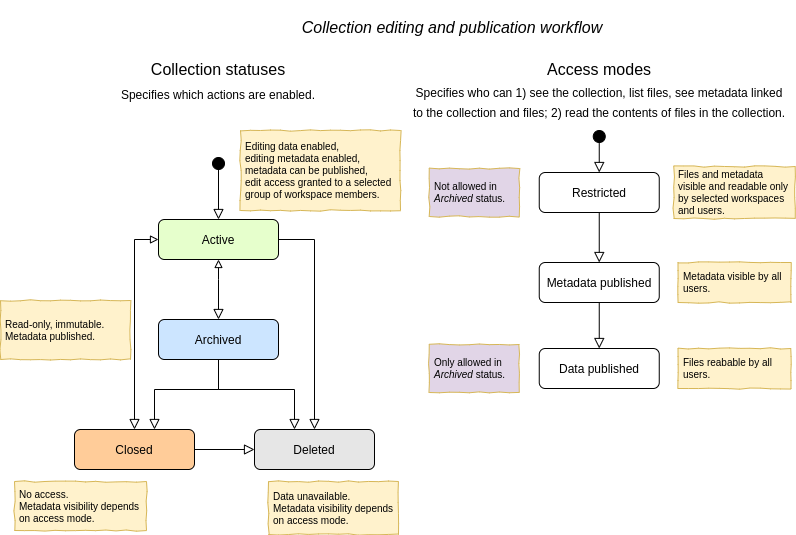
Above: docs/images/diagrams/Dataset workflow and visibility modes.png in fairspace/fairspace-docs (draw.io), before the change. Source tidied: cells renumbered, new cells last; positions are measured from the earlier drawing's top-left corner, leaving out a move shared by most shapes.
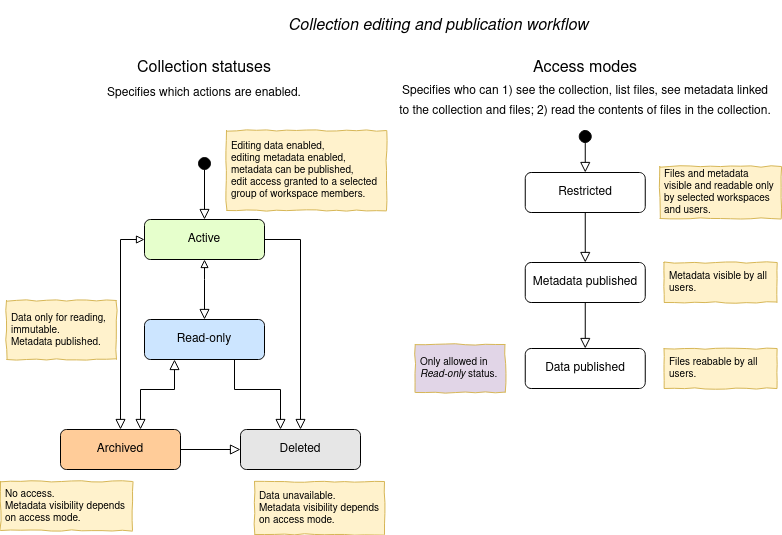
The same diagram one commit later.

Commit message:
Update from the documentation branch of fairspace/workspace.

Change to the diagram source:
```diff
@@ -1,132 +1,129 @@
 <mxGraphModel>
   <root>
-    <mxCell id="0" />
-    <mxCell id="1" parent="0" />
-    <mxCell id="2" style="rounded=0;html=1;jettySize=auto;fontSize=11;endArrow=block;endFill=0;endSize=8;strokeWidth=1;shadow=0;labelBackgroundColor=none;edgeStyle=orthogonalEdgeStyle;startArrow=block;startFill=0;" parent="1" edge="1" source="3" target="8">
-      <mxGeometry relative="1" as="geometry">
-        <Array as="points">
-          <mxPoint x="134" y="229" />
-        </Array>
-      </mxGeometry>
-    </mxCell>
+    <mxCell id="33" />
+    <mxCell id="34" parent="33" />
+    <mxCell id="4" style="rounded=0;html=1;jettySize=auto;fontSize=11;endArrow=block;endFill=0;endSize=8;strokeWidth=1;shadow=0;labelBackgroundColor=none;edgeStyle=orthogonalEdgeStyle;startArrow=block;startFill=0;" parent="34" edge="1" source="3" target="5">
+      <mxGeometry relative="1" as="geometry">
+        <Array as="points">
+          <mxPoint x="134" y="229" />
+        </Array>
+      </mxGeometry>
+    </mxCell>
-    <mxCell id="3" value="Active" style="rounded=1;whiteSpace=wrap;html=1;fontSize=12;glass=0;strokeWidth=1;shadow=0;fillColor=#E6FFCC;" parent="1" vertex="1">
+    <mxCell id="3" value="Active" style="rounded=1;whiteSpace=wrap;html=1;fontSize=12;glass=0;strokeWidth=1;shadow=0;fillColor=#E6FFCC;" parent="34" vertex="1">
       <mxGeometry x="158" y="209" width="120" height="40" as="geometry" />
     </mxCell>
-    <mxCell id="4" style="edgeStyle=orthogonalEdgeStyle;rounded=0;html=1;jettySize=auto;fontSize=11;endArrow=block;endFill=0;endSize=8;strokeWidth=1;shadow=0;labelBackgroundColor=none;startArrow=block;startFill=0;" parent="1" edge="1" source="3" target="5">
-      <mxGeometry x="-0.4" y="-45" relative="1" as="geometry">
-        <Array as="points">
-          <mxPoint x="218" y="269" />
-          <mxPoint x="218" y="269" />
-        </Array>
-        <mxPoint x="20" y="-85" as="offset" />
-      </mxGeometry>
-    </mxCell>
+    <mxCell id="35" style="edgeStyle=orthogonalEdgeStyle;rounded=0;html=1;jettySize=auto;fontSize=11;endArrow=block;endFill=0;endSize=8;strokeWidth=1;shadow=0;labelBackgroundColor=none;startArrow=block;startFill=0;" parent="34" edge="1" source="3" target="36">
+      <mxGeometry x="-0.4" y="-45" relative="1" as="geometry">
+        <Array as="points">
+          <mxPoint x="218" y="269" />
+          <mxPoint x="218" y="269" />
+        </Array>
+        <mxPoint x="20" y="-85" as="offset" />
+      </mxGeometry>
+    </mxCell>
+    <mxCell id="36" value="Read-only" style="rounded=1;whiteSpace=wrap;html=1;fontSize=12;glass=0;strokeWidth=1;shadow=0;fillColor=#CCE5FF;" parent="34" vertex="1">
+      <mxGeometry x="158" y="309" width="120" height="40" as="geometry" />
+    </mxCell>
+    <mxCell id="7" style="rounded=0;html=1;jettySize=auto;fontSize=11;endArrow=block;endFill=0;endSize=8;strokeWidth=1;shadow=0;labelBackgroundColor=none;edgeStyle=orthogonalEdgeStyle;" parent="34" edge="1" source="5" target="9">
+      <mxGeometry x="0.33" y="20" relative="1" as="geometry">
+        <Array as="points">
+          <mxPoint x="264" y="439" />
+          <mxPoint x="264" y="439" />
+        </Array>
+      </mxGeometry>
+    </mxCell>
+    <mxCell id="37" style="edgeStyle=orthogonalEdgeStyle;rounded=0;html=1;jettySize=auto;fontSize=11;endArrow=block;endFill=0;endSize=8;strokeWidth=1;shadow=0;labelBackgroundColor=none;exitX=0.75;exitY=1;exitDx=0;exitDy=0;" parent="34" edge="1" source="36" target="9">
+      <mxGeometry x="0.3" y="50" relative="1" as="geometry">
+        <Array as="points">
+          <mxPoint x="248" y="379" />
+          <mxPoint x="294" y="379" />
+        </Array>
+      </mxGeometry>
+    </mxCell>
-    <mxCell id="5" value="Archived" style="rounded=1;whiteSpace=wrap;html=1;fontSize=12;glass=0;strokeWidth=1;shadow=0;fillColor=#CCE5FF;" parent="1" vertex="1">
-      <mxGeometry x="158" y="309" width="120" height="40" as="geometry" />
+    <mxCell id="5" value="Archived" style="rounded=1;whiteSpace=wrap;html=1;fontSize=12;glass=0;strokeWidth=1;shadow=0;fillColor=#FFCC99;" parent="34" vertex="1">
+      <mxGeometry x="74" y="419" width="120" height="40" as="geometry" />
     </mxCell>
-    <mxCell id="6" style="rounded=0;html=1;jettySize=auto;fontSize=11;endArrow=block;endFill=0;endSize=8;strokeWidth=1;shadow=0;labelBackgroundColor=none;edgeStyle=orthogonalEdgeStyle;" parent="1" edge="1" source="8" target="9">
-      <mxGeometry x="0.33" y="20" relative="1" as="geometry">
-        <Array as="points">
-          <mxPoint x="264" y="439" />
-          <mxPoint x="264" y="439" />
-        </Array>
-      </mxGeometry>
-    </mxCell>
-    <mxCell id="7" style="edgeStyle=orthogonalEdgeStyle;rounded=0;html=1;jettySize=auto;fontSize=11;endArrow=block;endFill=0;endSize=8;strokeWidth=1;shadow=0;labelBackgroundColor=none;" parent="1" edge="1" source="5" target="9">
-      <mxGeometry x="0.3" y="50" relative="1" as="geometry">
-        <Array as="points">
-          <mxPoint x="218" y="379" />
-          <mxPoint x="294" y="379" />
-        </Array>
-      </mxGeometry>
-    </mxCell>
-    <mxCell id="8" value="Closed" style="rounded=1;whiteSpace=wrap;html=1;fontSize=12;glass=0;strokeWidth=1;shadow=0;fillColor=#FFCC99;" parent="1" vertex="1">
-      <mxGeometry x="74" y="419" width="120" height="40" as="geometry" />
-    </mxCell>
-    <mxCell id="9" value="Deleted" style="rounded=1;whiteSpace=wrap;html=1;fontSize=12;glass=0;strokeWidth=1;shadow=0;fillColor=#E6E6E6;" parent="1" vertex="1">
+    <mxCell id="9" value="Deleted" style="rounded=1;whiteSpace=wrap;html=1;fontSize=12;glass=0;strokeWidth=1;shadow=0;fillColor=#E6E6E6;" parent="34" vertex="1">
       <mxGeometry x="254" y="419" width="120" height="40" as="geometry" />
     </mxCell>
-    <mxCell id="10" style="edgeStyle=orthogonalEdgeStyle;rounded=0;html=1;jettySize=auto;fontSize=11;endArrow=block;endFill=0;endSize=8;strokeWidth=1;shadow=0;labelBackgroundColor=none;" parent="1" edge="1" source="3" target="9">
+    <mxCell id="10" style="edgeStyle=orthogonalEdgeStyle;rounded=0;html=1;jettySize=auto;fontSize=11;endArrow=block;endFill=0;endSize=8;strokeWidth=1;shadow=0;labelBackgroundColor=none;" parent="34" edge="1" source="3" target="9">
       <mxGeometry x="0.29" y="30" relative="1" as="geometry">
         <Array as="points">
           <mxPoint x="314" y="229" />
         </Array>
       </mxGeometry>
     </mxCell>
-    <mxCell id="11" style="rounded=0;html=1;jettySize=auto;fontSize=11;endArrow=block;endFill=0;endSize=8;strokeWidth=1;shadow=0;labelBackgroundColor=none;edgeStyle=orthogonalEdgeStyle;" parent="1" edge="1" source="5" target="8">
-      <mxGeometry relative="1" as="geometry">
-        <Array as="points">
-          <mxPoint x="218" y="379" />
-          <mxPoint x="154" y="379" />
-        </Array>
-      </mxGeometry>
-    </mxCell>
-    <mxCell id="12" style="ellipse;whiteSpace=wrap;html=1;fillColor=#000000;" parent="1" vertex="1">
-      <mxGeometry x="212" y="147" width="12" height="12" as="geometry" />
-    </mxCell>
-    <mxCell id="13" style="rounded=0;html=1;jettySize=auto;fontSize=11;endArrow=block;endFill=0;endSize=8;strokeWidth=1;shadow=0;labelBackgroundColor=none;edgeStyle=orthogonalEdgeStyle;" parent="1" edge="1" source="12" target="3">
-      <mxGeometry relative="1" as="geometry" />
-    </mxCell>
+    <mxCell id="38" style="rounded=0;html=1;jettySize=auto;fontSize=11;endArrow=block;endFill=0;endSize=8;strokeWidth=1;shadow=0;labelBackgroundColor=none;edgeStyle=orthogonalEdgeStyle;exitX=0.25;exitY=1;exitDx=0;exitDy=0;startArrow=block;startFill=0;startSize=8;" parent="34" edge="1" source="36" target="5">
+      <mxGeometry relative="1" as="geometry">
+        <Array as="points">
+          <mxPoint x="188" y="379" />
+          <mxPoint x="154" y="379" />
+        </Array>
+      </mxGeometry>
+    </mxCell>
+    <mxCell id="39" style="ellipse;whiteSpace=wrap;html=1;fillColor=#000000;" parent="34" vertex="1">
+      <mxGeometry x="212" y="147" width="12" height="12" as="geometry" />
+    </mxCell>
+    <mxCell id="40" style="rounded=0;html=1;jettySize=auto;fontSize=11;endArrow=block;endFill=0;endSize=8;strokeWidth=1;shadow=0;labelBackgroundColor=none;edgeStyle=orthogonalEdgeStyle;" parent="34" edge="1" source="39" target="3">
+      <mxGeometry relative="1" as="geometry" />
+    </mxCell>
-    <mxCell id="14" value="Editing data enabled,&lt;br style=&quot;font-size: 10px&quot;&gt;editing metadata enabled,&lt;br&gt;metadata can be published,&lt;br style=&quot;font-size: 10px&quot;&gt;edit access granted to a selected group of workspace members." style="text;html=1;strokeColor=#d6b656;fillColor=#fff2cc;align=left;verticalAlign=middle;whiteSpace=wrap;rounded=0;shadow=0;glass=0;comic=1;perimeterSpacing=0;spacing=5;fontSize=10;" parent="1" vertex="1">
+    <mxCell id="14" value="Editing data enabled,&lt;br style=&quot;font-size: 10px&quot;&gt;editing metadata enabled,&lt;br&gt;metadata can be published,&lt;br style=&quot;font-size: 10px&quot;&gt;edit access granted to a selected group of workspace members." style="text;html=1;strokeColor=#d6b656;fillColor=#fff2cc;align=left;verticalAlign=middle;whiteSpace=wrap;rounded=0;shadow=0;glass=0;comic=1;perimeterSpacing=0;spacing=5;fontSize=10;" parent="34" vertex="1">
       <mxGeometry x="240" y="120" width="160" height="80" as="geometry" />
     </mxCell>
-    <mxCell id="15" value="Read-only, immutable. Metadata published." style="text;html=1;strokeColor=#d6b656;fillColor=#fff2cc;align=left;verticalAlign=middle;whiteSpace=wrap;rounded=0;shadow=0;glass=0;comic=1;perimeterSpacing=0;spacing=5;fontSize=10;" parent="1" vertex="1">
-      <mxGeometry y="290" width="130" height="59" as="geometry" />
-    </mxCell>
+    <mxCell id="41" value="Data only for reading, immutable. &lt;br&gt;Metadata published." style="text;html=1;strokeColor=#d6b656;fillColor=#fff2cc;align=left;verticalAlign=middle;whiteSpace=wrap;rounded=0;shadow=0;glass=0;comic=1;perimeterSpacing=0;spacing=5;fontSize=10;" parent="34" vertex="1">
+      <mxGeometry x="20" y="290" width="110" height="59" as="geometry" />
+    </mxCell>
-    <mxCell id="16" value="No access.&lt;br&gt;Metadata visibility depends on access mode." style="text;html=1;strokeColor=#d6b656;fillColor=#fff2cc;align=left;verticalAlign=middle;whiteSpace=wrap;rounded=0;shadow=0;glass=0;comic=1;perimeterSpacing=0;spacing=5;fontSize=10;" parent="1" vertex="1">
+    <mxCell id="16" value="No access.&lt;br&gt;Metadata visibility depends on access mode." style="text;html=1;strokeColor=#d6b656;fillColor=#fff2cc;align=left;verticalAlign=middle;whiteSpace=wrap;rounded=0;shadow=0;glass=0;comic=1;perimeterSpacing=0;spacing=5;fontSize=10;" parent="34" vertex="1">
       <mxGeometry x="14" y="471" width="132" height="49" as="geometry" />
     </mxCell>
-    <mxCell id="17" value="Data unavailable.&lt;br&gt;Metadata visibility depends on access mode." style="text;html=1;strokeColor=#d6b656;fillColor=#fff2cc;align=left;verticalAlign=middle;whiteSpace=wrap;rounded=0;shadow=0;glass=0;comic=1;perimeterSpacing=0;spacing=5;fontSize=10;" parent="1" vertex="1">
+    <mxCell id="17" value="Data unavailable.&lt;br&gt;Metadata visibility depends on access mode." style="text;html=1;strokeColor=#d6b656;fillColor=#fff2cc;align=left;verticalAlign=middle;whiteSpace=wrap;rounded=0;shadow=0;glass=0;comic=1;perimeterSpacing=0;spacing=5;fontSize=10;" parent="34" vertex="1">
       <mxGeometry x="268" y="471" width="130" height="53" as="geometry" />
     </mxCell>
-    <mxCell id="18" value="&lt;h1&gt;&lt;span style=&quot;font-weight: normal&quot;&gt;&lt;font&gt;&lt;span style=&quot;font-size: 16px&quot;&gt;Collection statuses&lt;/span&gt;&lt;br&gt;&lt;font style=&quot;font-size: 12px&quot;&gt;Specifies which actions are enabled.&lt;/font&gt;&lt;/font&gt;&lt;/span&gt;&lt;/h1&gt;" style="text;html=1;strokeColor=none;fillColor=none;align=center;verticalAlign=middle;whiteSpace=wrap;rounded=0;shadow=0;glass=0;comic=1;fontSize=10;" parent="1" vertex="1">
+    <mxCell id="18" value="&lt;h1&gt;&lt;span style=&quot;font-weight: normal&quot;&gt;&lt;font&gt;&lt;span style=&quot;font-size: 16px&quot;&gt;Collection statuses&lt;/span&gt;&lt;br&gt;&lt;font style=&quot;font-size: 12px&quot;&gt;Specifies which actions are enabled.&lt;/font&gt;&lt;/font&gt;&lt;/span&gt;&lt;/h1&gt;" style="text;html=1;strokeColor=none;fillColor=none;align=center;verticalAlign=middle;whiteSpace=wrap;rounded=0;shadow=0;glass=0;comic=1;fontSize=10;" parent="34" vertex="1">
       <mxGeometry x="56" y="54" width="324" height="30" as="geometry" />
     </mxCell>
-    <mxCell id="19" value="Restricted" style="rounded=1;whiteSpace=wrap;html=1;fontSize=12;glass=0;strokeWidth=1;shadow=0;" parent="1" vertex="1">
+    <mxCell id="19" value="Restricted" style="rounded=1;whiteSpace=wrap;html=1;fontSize=12;glass=0;strokeWidth=1;shadow=0;" parent="34" vertex="1">
       <mxGeometry x="538.8" y="162" width="120" height="40" as="geometry" />
     </mxCell>
-    <mxCell id="20" value="Metadata published" style="rounded=1;whiteSpace=wrap;html=1;fontSize=12;glass=0;strokeWidth=1;shadow=0;comic=0;perimeterSpacing=0;" parent="1" vertex="1">
+    <mxCell id="20" value="Metadata published" style="rounded=1;whiteSpace=wrap;html=1;fontSize=12;glass=0;strokeWidth=1;shadow=0;comic=0;perimeterSpacing=0;" parent="34" vertex="1">
       <mxGeometry x="538.8" y="252" width="120" height="40" as="geometry" />
     </mxCell>
-    <mxCell id="21" style="rounded=0;html=1;jettySize=auto;fontSize=11;endArrow=block;endFill=0;endSize=8;strokeWidth=1;shadow=0;labelBackgroundColor=none;edgeStyle=orthogonalEdgeStyle;" parent="1" edge="1" source="19" target="20">
+    <mxCell id="21" style="rounded=0;html=1;jettySize=auto;fontSize=11;endArrow=block;endFill=0;endSize=8;strokeWidth=1;shadow=0;labelBackgroundColor=none;edgeStyle=orthogonalEdgeStyle;" parent="34" edge="1" source="19" target="20">
       <mxGeometry relative="1" as="geometry" />
     </mxCell>
-    <mxCell id="22" style="ellipse;whiteSpace=wrap;html=1;fillColor=#000000;" parent="1" vertex="1">
-      <mxGeometry x="592.8" y="120" width="12" height="12" as="geometry" />
-    </mxCell>
-    <mxCell id="23" style="rounded=0;html=1;jettySize=auto;fontSize=11;endArrow=block;endFill=0;endSize=8;strokeWidth=1;shadow=0;labelBackgroundColor=none;edgeStyle=orthogonalEdgeStyle;" parent="1" edge="1" source="22" target="19">
-      <mxGeometry relative="1" as="geometry">
-        <Array as="points">
-          <mxPoint x="598.8" y="132" />
-          <mxPoint x="598.8" y="132" />
-        </Array>
-      </mxGeometry>
-    </mxCell>
+    <mxCell id="42" style="ellipse;whiteSpace=wrap;html=1;fillColor=#000000;" parent="34" vertex="1">
+      <mxGeometry x="592.8" y="120" width="12" height="12" as="geometry" />
+    </mxCell>
+    <mxCell id="43" style="rounded=0;html=1;jettySize=auto;fontSize=11;endArrow=block;endFill=0;endSize=8;strokeWidth=1;shadow=0;labelBackgroundColor=none;edgeStyle=orthogonalEdgeStyle;" parent="34" edge="1" source="42" target="19">
+      <mxGeometry relative="1" as="geometry">
+        <Array as="points">
+          <mxPoint x="598.8" y="132" />
+          <mxPoint x="598.8" y="132" />
+        </Array>
+      </mxGeometry>
+    </mxCell>
-    <mxCell id="24" value="Files and metadata visible and readable only by selected workspaces and users." style="text;html=1;strokeColor=#d6b656;fillColor=#fff2cc;align=left;verticalAlign=middle;whiteSpace=wrap;rounded=0;shadow=0;glass=0;comic=1;perimeterSpacing=0;spacing=5;fontSize=10;" parent="1" vertex="1">
+    <mxCell id="24" value="Files and metadata visible and readable only by selected workspaces and users." style="text;html=1;strokeColor=#d6b656;fillColor=#fff2cc;align=left;verticalAlign=middle;whiteSpace=wrap;rounded=0;shadow=0;glass=0;comic=1;perimeterSpacing=0;spacing=5;fontSize=10;" parent="34" vertex="1">
       <mxGeometry x="673.2" y="156" width="121.5" height="52" as="geometry" />
     </mxCell>
-    <mxCell id="25" value="Metadata visible by all users." style="text;html=1;strokeColor=#d6b656;fillColor=#fff2cc;align=left;verticalAlign=middle;whiteSpace=wrap;rounded=0;shadow=0;glass=0;comic=1;perimeterSpacing=0;spacing=5;fontSize=10;" parent="1" vertex="1">
+    <mxCell id="25" value="Metadata visible by all users." style="text;html=1;strokeColor=#d6b656;fillColor=#fff2cc;align=left;verticalAlign=middle;whiteSpace=wrap;rounded=0;shadow=0;glass=0;comic=1;perimeterSpacing=0;spacing=5;fontSize=10;" parent="34" vertex="1">
       <mxGeometry x="677.5" y="252" width="113" height="40" as="geometry" />
     </mxCell>
-    <mxCell id="26" value="Only allowed in &lt;i&gt;Archived&lt;/i&gt;&amp;nbsp;status." style="text;html=1;strokeColor=#d6b656;fillColor=#E1D5E7;align=left;verticalAlign=middle;whiteSpace=wrap;rounded=0;shadow=0;glass=0;comic=1;perimeterSpacing=0;spacing=5;fontSize=10;" parent="1" vertex="1">
-      <mxGeometry x="428.8" y="334" width="90" height="48" as="geometry" />
-    </mxCell>
+    <mxCell id="44" value="Only allowed in &lt;i&gt;Read-only&lt;/i&gt;&amp;nbsp;status." style="text;html=1;strokeColor=#d6b656;fillColor=#E1D5E7;align=left;verticalAlign=middle;whiteSpace=wrap;rounded=0;shadow=0;glass=0;comic=1;perimeterSpacing=0;spacing=5;fontSize=10;" parent="34" vertex="1">
+      <mxGeometry x="428.8" y="334" width="90" height="48" as="geometry" />
+    </mxCell>
-    <mxCell id="27" value="&lt;h1&gt;&lt;font style=&quot;font-size: 16px&quot;&gt;&lt;i style=&quot;font-weight: normal&quot;&gt;Collection editing and publication workflow&lt;/i&gt;&lt;/font&gt;&lt;/h1&gt;" style="text;html=1;strokeColor=none;fillColor=none;align=center;verticalAlign=middle;whiteSpace=wrap;rounded=0;shadow=0;glass=0;comic=1;fontSize=10;" parent="1" vertex="1">
+    <mxCell id="27" value="&lt;h1&gt;&lt;font style=&quot;font-size: 16px&quot;&gt;&lt;i style=&quot;font-weight: normal&quot;&gt;Collection editing and publication workflow&lt;/i&gt;&lt;/font&gt;&lt;/h1&gt;" style="text;html=1;strokeColor=none;fillColor=none;align=center;verticalAlign=middle;whiteSpace=wrap;rounded=0;shadow=0;glass=0;comic=1;fontSize=10;" parent="34" vertex="1">
       <mxGeometry x="290" width="324" height="30" as="geometry" />
     </mxCell>
-    <mxCell id="28" value="Data published" style="rounded=1;whiteSpace=wrap;html=1;fontSize=12;glass=0;strokeWidth=1;shadow=0;comic=0;perimeterSpacing=0;" parent="1" vertex="1">
+    <mxCell id="28" value="Data published" style="rounded=1;whiteSpace=wrap;html=1;fontSize=12;glass=0;strokeWidth=1;shadow=0;comic=0;perimeterSpacing=0;" parent="34" vertex="1">
       <mxGeometry x="538.8" y="338" width="120" height="40" as="geometry" />
     </mxCell>
-    <mxCell id="29" style="rounded=0;html=1;jettySize=auto;fontSize=11;endArrow=block;endFill=0;endSize=8;strokeWidth=1;shadow=0;labelBackgroundColor=none;edgeStyle=orthogonalEdgeStyle;" parent="1" edge="1" source="20" target="28">
+    <mxCell id="29" style="rounded=0;html=1;jettySize=auto;fontSize=11;endArrow=block;endFill=0;endSize=8;strokeWidth=1;shadow=0;labelBackgroundColor=none;edgeStyle=orthogonalEdgeStyle;" parent="34" edge="1" source="20" target="28">
       <mxGeometry relative="1" as="geometry" />
     </mxCell>
-    <mxCell id="30" value="Files reabable by all users." style="text;html=1;strokeColor=#d6b656;fillColor=#fff2cc;align=left;verticalAlign=middle;whiteSpace=wrap;rounded=0;shadow=0;glass=0;comic=1;perimeterSpacing=0;spacing=5;fontSize=10;" parent="1" vertex="1">
+    <mxCell id="30" value="Files reabable by all users." style="text;html=1;strokeColor=#d6b656;fillColor=#fff2cc;align=left;verticalAlign=middle;whiteSpace=wrap;rounded=0;shadow=0;glass=0;comic=1;perimeterSpacing=0;spacing=5;fontSize=10;" parent="34" vertex="1">
       <mxGeometry x="677.5" y="338" width="113" height="40" as="geometry" />
     </mxCell>
-    <mxCell id="31" value="Not allowed in &lt;i&gt;Archived&lt;/i&gt;&amp;nbsp;status." style="text;html=1;strokeColor=#d6b656;fillColor=#E1D5E7;align=left;verticalAlign=middle;whiteSpace=wrap;rounded=0;shadow=0;glass=0;comic=1;perimeterSpacing=0;spacing=5;fontSize=10;" parent="1" vertex="1">
-      <mxGeometry x="428.8" y="158" width="90" height="48" as="geometry" />
-    </mxCell>
-    <mxCell id="32" value="&lt;h1&gt;&lt;span style=&quot;font-weight: normal&quot;&gt;&lt;font style=&quot;line-height: 100%&quot;&gt;&lt;span style=&quot;font-size: 16px&quot;&gt;Access modes&lt;/span&gt;&lt;br&gt;&lt;div&gt;&lt;span style=&quot;font-size: 12px ; line-height: 100%&quot;&gt;Specifies who can 1) see the collection, list files, see metadata linked to the collection and files; 2) read the contents of files in the collection.&lt;/span&gt;&lt;/div&gt;&lt;/font&gt;&lt;/span&gt;&lt;/h1&gt;" style="text;html=1;strokeColor=none;fillColor=none;align=center;verticalAlign=middle;whiteSpace=wrap;rounded=0;shadow=0;glass=0;comic=1;fontSize=10;" parent="1" vertex="1">
+    <mxCell id="32" value="&lt;h1&gt;&lt;span style=&quot;font-weight: normal&quot;&gt;&lt;font style=&quot;line-height: 100%&quot;&gt;&lt;span style=&quot;font-size: 16px&quot;&gt;Access modes&lt;/span&gt;&lt;br&gt;&lt;div&gt;&lt;span style=&quot;font-size: 12px ; line-height: 100%&quot;&gt;Specifies who can 1) see the collection, list files, see metadata linked to the collection and files; 2) read the contents of files in the collection.&lt;/span&gt;&lt;/div&gt;&lt;/font&gt;&lt;/span&gt;&lt;/h1&gt;" style="text;html=1;strokeColor=none;fillColor=none;align=center;verticalAlign=middle;whiteSpace=wrap;rounded=0;shadow=0;glass=0;comic=1;fontSize=10;" parent="34" vertex="1">
       <mxGeometry x="408.8" y="38" width="380" height="78" as="geometry" />
     </mxCell>
   </root>
```
